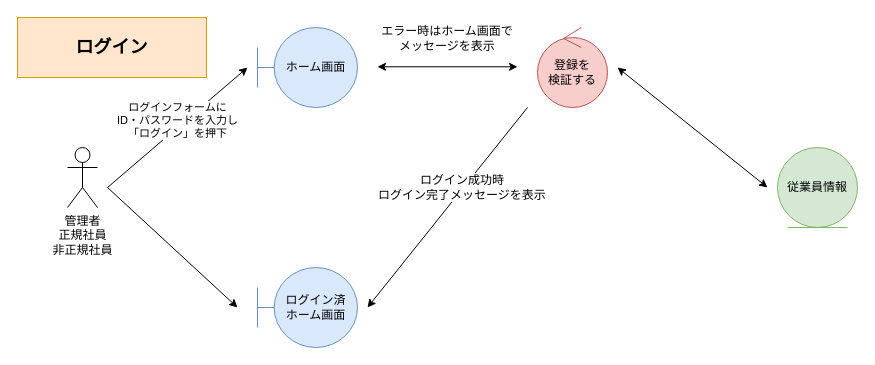
HaruShim/Sotuken keeps this draw.io diagram as page "*ログイン" (1 of 2) of 各種設計書/3ロバストネス図/アカウント/F00アカウント.drawio. Above is the earlier version. Source tidied: cells renumbered, new cells numbered last; positions are measured from the earlier drawing's top-left corner, leaving out a move shared by most shapes. Both pictures are drawn from the tidied source at 100%, with x=0, y=0 at pixel (17, 17).
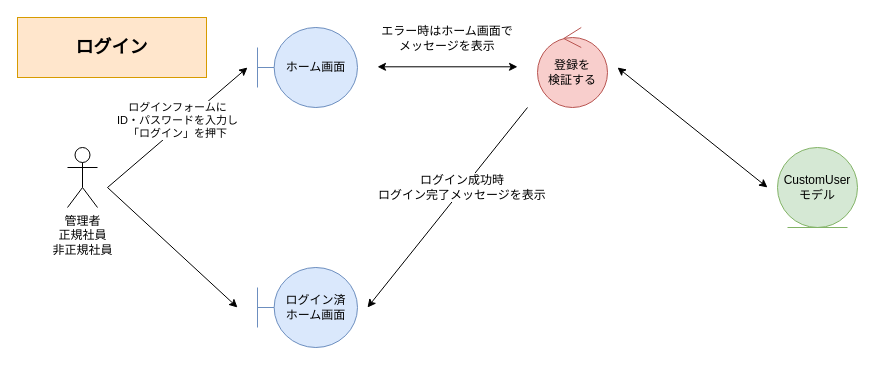
The same page after the edit.

What changed in the source:
```diff
@@
-    <mxCell id="4" value="従業員情報" style="ellipse;shape=umlEntity;whiteSpace=wrap;html=1;fillColor=#d5e8d4;strokeColor=#82b366;" parent="1" vertex="1">
+    <mxCell id="4" value="&lt;div style=&quot;color: rgb(177 , 231 , 177) ; background-color: rgb(0 , 32 , 32) ; font-family: &amp;#34;consolas&amp;#34; , &amp;#34;courier new&amp;#34; , monospace ; font-size: 14px ; line-height: 19px&quot;&gt;&lt;/div&gt;CustomUser&lt;br&gt;モデル" style="ellipse;shape=umlEntity;whiteSpace=wrap;html=1;fillColor=#d5e8d4;strokeColor=#82b366;" parent="1" vertex="1">
       <mxGeometry x="760" y="130" width="80" height="80" as="geometry" />
     </mxCell>
```
